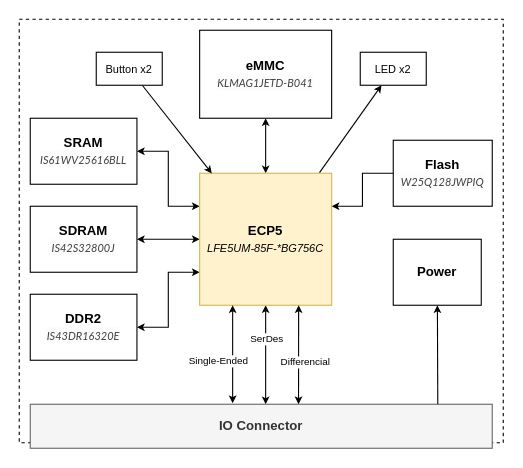
Earlier version of the draw.io diagram docs/src/assets/overview.drawio (ECAP5/ECAP5-BSOM). Source tidied: cells renumbered, new cells numbered last; positions are measured from the earlier drawing's top-left corner, leaving out a move shared by most shapes. Both pictures are drawn from the tidied source at 110%, with x=0, y=0 at pixel (19, 19).
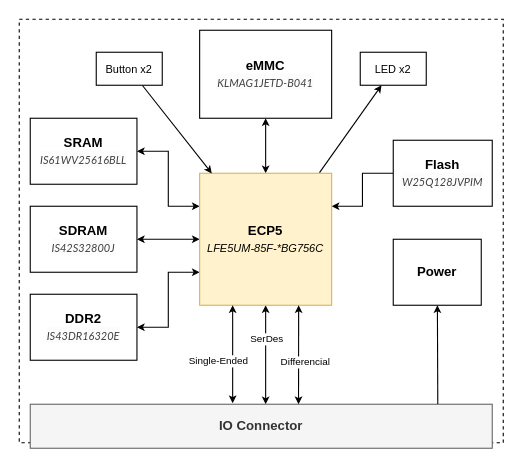
After the change.

What changed in the source:
```diff
@@
-    <mxCell id="16" value="&lt;b&gt;Flash&lt;/b&gt;&lt;div&gt;&lt;span style=&quot;caret-color: rgb(64, 64, 64); color: rgb(64, 64, 64); font-family: Lato, proxima-nova, &amp;quot;Helvetica Neue&amp;quot;, Arial, sans-serif; text-align: start; background-color: rgb(252, 252, 252);&quot;&gt;&lt;i style=&quot;&quot;&gt;&lt;font style=&quot;font-size: 10px;&quot;&gt;W25Q128JWPIQ&lt;/font&gt;&lt;/i&gt;&lt;/span&gt;&lt;b&gt;&lt;br&gt;&lt;/b&gt;&lt;/div&gt;" style="rounded=0;whiteSpace=wrap;html=1;" parent="1" vertex="1">
+    <mxCell id="16" value="&lt;b&gt;Flash&lt;/b&gt;&lt;div&gt;&lt;span style=&quot;caret-color: rgb(64, 64, 64); color: rgb(64, 64, 64); font-family: Lato, proxima-nova, &amp;quot;Helvetica Neue&amp;quot;, Arial, sans-serif; text-align: start; background-color: rgb(252, 252, 252);&quot;&gt;&lt;i style=&quot;&quot;&gt;&lt;font style=&quot;font-size: 10px;&quot;&gt;W25Q128JVPIM&lt;/font&gt;&lt;/i&gt;&lt;/span&gt;&lt;b&gt;&lt;br&gt;&lt;/b&gt;&lt;/div&gt;" style="rounded=0;whiteSpace=wrap;html=1;" parent="1" vertex="1">
       <mxGeometry x="340" y="110" width="90" height="60" as="geometry" />
     </mxCell>
```
